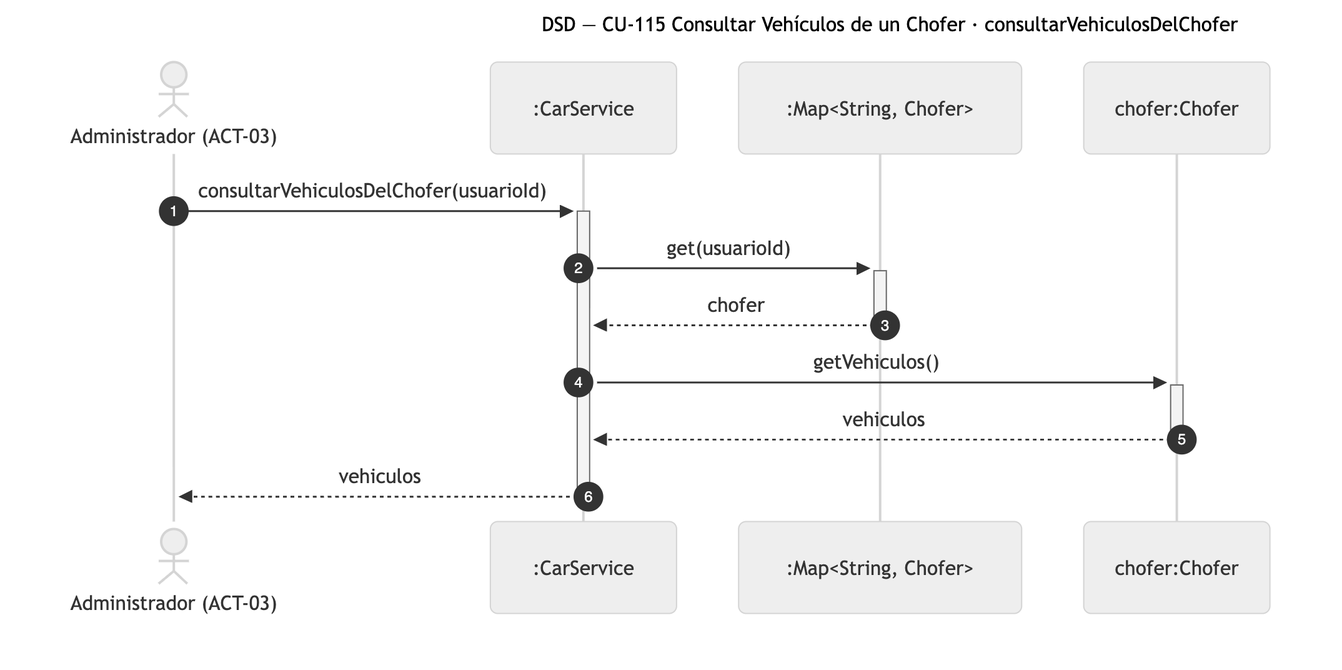
This is diagramas/png/DSD_CU-115_consultarVehiculosDelChofer.png from Nahuelito-Dev/splg-docs, a Mermaid export, as it was before one commit. Its source is kept beside it as diagramas/DSD_CU-115_consultarVehiculosDelChofer.mmd.
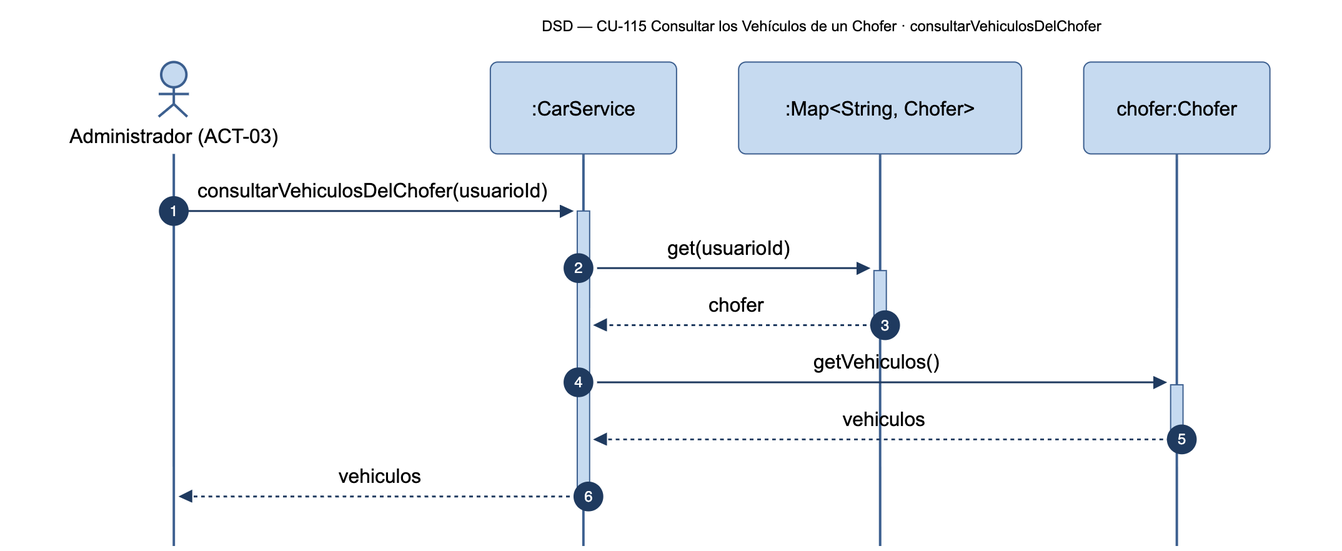
After the change.

What changed in the source:
```diff
@@ -1,5 +1,5 @@
 sequenceDiagram
-    title DSD — CU-115 Consultar Vehículos de un Chofer · consultarVehiculosDelChofer
+    title DSD — CU-115 Consultar los Vehículos de un Chofer · consultarVehiculosDelChofer
     autonumber
     actor ADM as Administrador (ACT-03)
     participant SRV as :CarService
```
